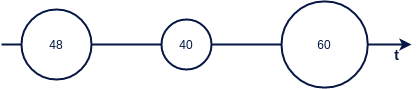
oliv37/prometheus-article keeps this draw.io diagram as img/jauge.png. Above is the earlier version. Source tidied: cells renumbered, new cells last; positions are measured from the earlier drawing's top-left corner, leaving out a move shared by most shapes.
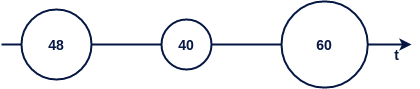
After the change.

What changed in the source:
```diff
@@ -10,7 +10,7 @@
     <mxCell id="3" value="&lt;font style=&quot;font-size: 14px;&quot;&gt;t&lt;/font&gt;" style="text;html=1;align=center;verticalAlign=middle;fillColor=none;strokeColor=none;rounded=0;strokeWidth=2;fontSize=10;fontColor=#051742;fontStyle=1;" parent="1" vertex="1">
       <mxGeometry x="380" y="38" width="30" height="30" as="geometry" />
     </mxCell>
-    <mxCell id="4" value="48" style="ellipse;whiteSpace=wrap;html=1;strokeColor=#051742;strokeWidth=2;fontSize=12;fontColor=#051742;" parent="1" vertex="1">
+    <mxCell id="4" value="&lt;font style=&quot;font-size: 14px;&quot;&gt;&lt;b&gt;48&lt;/b&gt;&lt;/font&gt;" style="ellipse;whiteSpace=wrap;html=1;strokeColor=#051742;strokeWidth=2;fontSize=12;fontColor=#051742;" parent="1" vertex="1">
       <mxGeometry x="20" y="8" width="70" height="70" as="geometry" />
     </mxCell>
     <mxCell id="5" style="endArrow=none;html=1;rounded=0;strokeColor=#051742;strokeWidth=2;fontSize=10;fontColor=#051742;" parent="1" edge="1" target="4">
@@ -18,13 +18,13 @@
         <mxPoint y="43" as="sourcePoint" />
       </mxGeometry>
     </mxCell>
-    <mxCell id="6" value="40" style="ellipse;whiteSpace=wrap;html=1;strokeColor=#051742;strokeWidth=2;fontSize=12;fontColor=#051742;" parent="1" vertex="1">
+    <mxCell id="6" value="&lt;font style=&quot;font-size: 14px;&quot;&gt;&lt;b&gt;40&lt;/b&gt;&lt;/font&gt;" style="ellipse;whiteSpace=wrap;html=1;strokeColor=#051742;strokeWidth=2;fontSize=12;fontColor=#051742;" parent="1" vertex="1">
       <mxGeometry x="160" y="18" width="50" height="50" as="geometry" />
     </mxCell>
     <mxCell id="7" style="endArrow=none;html=1;rounded=0;strokeColor=#051742;strokeWidth=2;fontSize=10;fontColor=#051742;startArrow=none;" parent="1" edge="1" source="4" target="6">
       <mxGeometry relative="1" as="geometry" />
     </mxCell>
-    <mxCell id="8" value="60" style="ellipse;whiteSpace=wrap;html=1;strokeColor=#051742;strokeWidth=2;fontSize=12;fontColor=#051742;" parent="1" vertex="1">
+    <mxCell id="8" value="&lt;font style=&quot;font-size: 14px;&quot;&gt;&lt;b&gt;60&lt;/b&gt;&lt;/font&gt;" style="ellipse;whiteSpace=wrap;html=1;strokeColor=#051742;strokeWidth=2;fontSize=12;fontColor=#051742;" parent="1" vertex="1">
       <mxGeometry x="280" y="-0.1" width="86.2" height="86.2" as="geometry" />
     </mxCell>
     <mxCell id="9" style="endArrow=none;html=1;rounded=0;strokeColor=#051742;strokeWidth=2;fontSize=10;fontColor=#051742;startArrow=none;" parent="1" edge="1" source="6" target="8">
```
